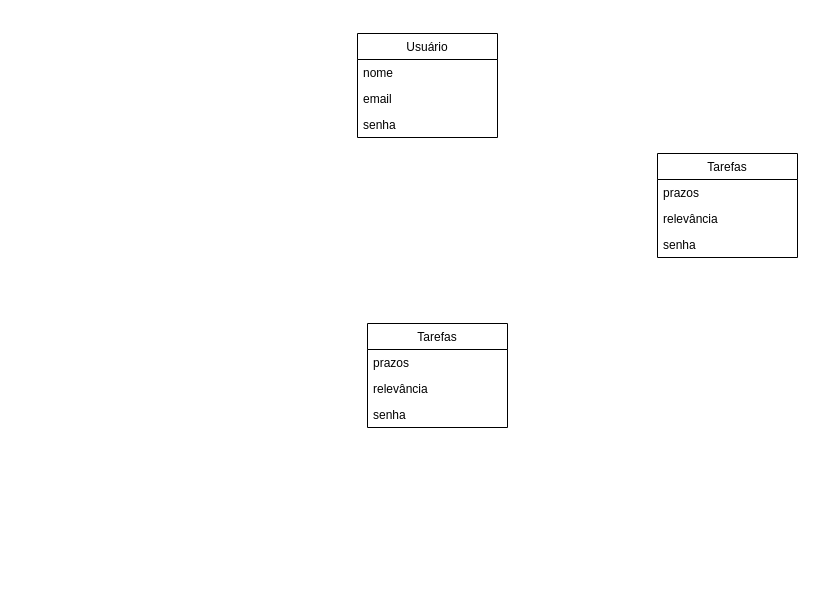
Above: Requisitos/Untitled Diagram.drawio in videfernandes/DS-ES-2020-2-Asa (draw.io), before the change. Source tidied: cells renumbered, new cells numbered last; positions are measured from the earlier drawing's top-left corner, leaving out a move shared by most shapes. Both pictures are drawn from the tidied source at 100%, with x=0, y=0 at pixel (357, 33).
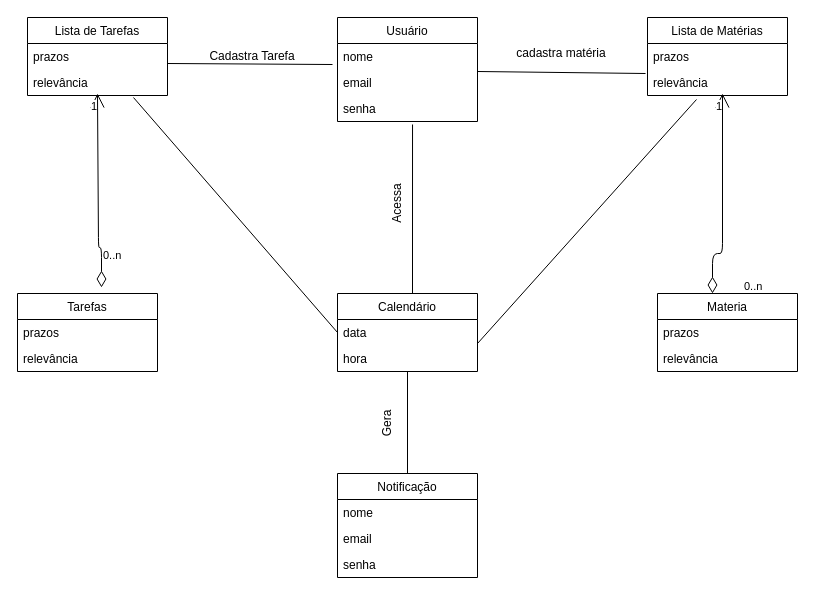
The same page after the edit.

The change refers to these unchanged cells:
```xml
<mxCell id="4" value="email" style="text;strokeColor=none;fillColor=none;align=left;verticalAlign=top;spacingLeft=4;spacingRight=4;overflow=hidden;points=[[0,0.5],[1,0.5]];portConstraint=eastwest;" parent="2" vertex="1">
  <mxGeometry y="52" width="140" height="26" as="geometry" />
</mxCell>
<mxCell id="5" value="senha" style="text;strokeColor=none;fillColor=none;align=left;verticalAlign=top;spacingLeft=4;spacingRight=4;overflow=hidden;points=[[0,0.5],[1,0.5]];portConstraint=eastwest;" parent="2" vertex="1">
  <mxGeometry y="78" width="140" height="26" as="geometry" />
</mxCell>
```

Diff of the diagram source:
```diff
@@
     <mxCell id="2" value="Usuário" style="swimlane;fontStyle=0;horizontal=1;startSize=26;fillColor=none;" parent="1" vertex="1">
-      <mxGeometry width="140" height="104" as="geometry" />
+      <mxGeometry x="-20" y="-16" width="140" height="104" as="geometry" />
     </mxCell>
@@
+    <mxCell id="10" value="Tarefas" style="swimlane;fontStyle=0;horizontal=1;startSize=26;fillColor=none;" parent="1" vertex="1">
+      <mxGeometry x="-340" y="260" width="140" height="78" as="geometry" />
+    </mxCell>
+    <mxCell id="11" value="prazos" style="text;strokeColor=none;fillColor=none;align=left;verticalAlign=top;spacingLeft=4;spacingRight=4;overflow=hidden;" parent="10" vertex="1">
+      <mxGeometry y="26" width="140" height="26" as="geometry" />
+    </mxCell>
+    <mxCell id="12" value="relevância" style="text;strokeColor=none;fillColor=none;align=left;verticalAlign=top;spacingLeft=4;spacingRight=4;overflow=hidden;" parent="10" vertex="1">
+      <mxGeometry y="52" width="140" height="26" as="geometry" />
+    </mxCell>
+    <mxCell id="14" value="Calendário" style="swimlane;fontStyle=0;horizontal=1;startSize=26;fillColor=none;" parent="1" vertex="1">
+      <mxGeometry x="-20" y="260" width="140" height="78" as="geometry" />
+    </mxCell>
+    <mxCell id="15" value="data" style="text;strokeColor=none;fillColor=none;align=left;verticalAlign=top;spacingLeft=4;spacingRight=4;overflow=hidden;points=[[0,0.5],[1,0.5]];portConstraint=eastwest;" parent="14" vertex="1">
+      <mxGeometry y="26" width="140" height="26" as="geometry" />
+    </mxCell>
+    <mxCell id="16" value="hora" style="text;strokeColor=none;fillColor=none;align=left;verticalAlign=top;spacingLeft=4;spacingRight=4;overflow=hidden;" parent="14" vertex="1">
+      <mxGeometry y="52" width="140" height="26" as="geometry" />
+    </mxCell>
+    <mxCell id="17" value="Lista de Matérias" style="swimlane;fontStyle=0;horizontal=1;startSize=26;fillColor=none;" parent="1" vertex="1">
+      <mxGeometry x="290" y="-16" width="140" height="78" as="geometry" />
+    </mxCell>
+    <mxCell id="18" value="prazos" style="text;strokeColor=none;fillColor=none;align=left;verticalAlign=top;spacingLeft=4;spacingRight=4;overflow=hidden;" parent="17" vertex="1">
+      <mxGeometry y="26" width="140" height="26" as="geometry" />
+    </mxCell>
+    <mxCell id="19" value="relevância" style="text;strokeColor=none;fillColor=none;align=left;verticalAlign=top;spacingLeft=4;spacingRight=4;overflow=hidden;points=[[0,0.5],[1,0.5]];portConstraint=eastwest;" parent="17" vertex="1">
+      <mxGeometry y="52" width="140" height="26" as="geometry" />
+    </mxCell>
+    <mxCell id="20" value="Lista de Tarefas" style="swimlane;fontStyle=0;horizontal=1;startSize=26;fillColor=none;" parent="1" vertex="1">
+      <mxGeometry x="-330" y="-16" width="140" height="78" as="geometry" />
+    </mxCell>
+    <mxCell id="21" value="prazos" style="text;strokeColor=none;fillColor=none;align=left;verticalAlign=top;spacingLeft=4;spacingRight=4;overflow=hidden;" parent="20" vertex="1">
+      <mxGeometry y="26" width="140" height="26" as="geometry" />
+    </mxCell>
+    <mxCell id="22" value="relevância" style="text;strokeColor=none;fillColor=none;align=left;verticalAlign=top;spacingLeft=4;spacingRight=4;overflow=hidden;points=[[0,0.5],[1,0.5]];portConstraint=eastwest;" parent="20" vertex="1">
+      <mxGeometry y="52" width="140" height="26" as="geometry" />
+    </mxCell>
+    <mxCell id="23" value="Notificação" style="swimlane;fontStyle=0;horizontal=1;startSize=26;fillColor=none;" parent="1" vertex="1">
+      <mxGeometry x="-20" y="440" width="140" height="104" as="geometry" />
+    </mxCell>
+    <mxCell id="24" value="nome" style="text;strokeColor=none;fillColor=none;align=left;verticalAlign=top;spacingLeft=4;spacingRight=4;overflow=hidden;" parent="23" vertex="1">
+      <mxGeometry y="26" width="140" height="26" as="geometry" />
+    </mxCell>
+    <mxCell id="25" value="email" style="text;strokeColor=none;fillColor=none;align=left;verticalAlign=top;spacingLeft=4;spacingRight=4;overflow=hidden;" parent="23" vertex="1">
+      <mxGeometry y="52" width="140" height="26" as="geometry" />
+    </mxCell>
+    <mxCell id="26" value="senha" style="text;strokeColor=none;fillColor=none;align=left;verticalAlign=top;spacingLeft=4;spacingRight=4;overflow=hidden;" parent="23" vertex="1">
+      <mxGeometry y="78" width="140" height="26" as="geometry" />
+    </mxCell>
+    <mxCell id="27" style="endArrow=none;html=1;entryX=0.35;entryY=1.154;entryDx=0;entryDy=0;entryPerimeter=0;" parent="1" edge="1" target="19">
+      <mxGeometry relative="1" as="geometry">
+        <mxPoint x="120" y="310" as="sourcePoint" />
+      </mxGeometry>
+    </mxCell>
+    <mxCell id="28" style="endArrow=none;html=1;entryX=0.536;entryY=1.115;entryDx=0;entryDy=0;entryPerimeter=0;" parent="1" edge="1" target="5">
+      <mxGeometry relative="1" as="geometry">
+        <mxPoint x="55" y="260" as="sourcePoint" />
+      </mxGeometry>
+    </mxCell>
+    <mxCell id="29" style="endArrow=none;html=1;exitX=0;exitY=0.5;exitDx=0;exitDy=0;entryX=0.757;entryY=1.077;entryDx=0;entryDy=0;entryPerimeter=0;" parent="1" edge="1" source="15" target="22">
+      <mxGeometry relative="1" as="geometry" />
+    </mxCell>
+    <mxCell id="30" style="endArrow=none;html=1;entryX=0.5;entryY=1;entryDx=0;entryDy=0;exitX=0.5;exitY=0;exitDx=0;exitDy=0;" parent="1" edge="1" source="23" target="14">
+      <mxGeometry relative="1" as="geometry" />
+    </mxCell>
+    <mxCell id="31" style="endArrow=open;html=1;endSize=12;startArrow=diamondThin;startSize=14;startFill=0;edgeStyle=orthogonalEdgeStyle;exitX=0.6;exitY=-0.077;exitDx=0;exitDy=0;exitPerimeter=0;" parent="1" edge="1" source="10">
+      <mxGeometry x="-0.32" y="51" relative="1" as="geometry">
+        <mxPoint x="-260" y="60" as="targetPoint" />
+        <Array as="points">
+          <mxPoint x="-256" y="214" />
+          <mxPoint x="-259" y="214" />
+        </Array>
+      </mxGeometry>
+    </mxCell>
+    <mxCell id="32" value="0..n" style="edgeLabel;html=1;align=left;verticalAlign=top;" parent="31" vertex="1">
+      <mxGeometry x="-1" relative="1" as="geometry">
+        <mxPoint y="-45" as="offset" />
+      </mxGeometry>
+    </mxCell>
+    <mxCell id="33" value="1" style="edgeLabel;html=1;align=right;verticalAlign=top;" parent="31" vertex="1">
+      <mxGeometry x="1" relative="1" as="geometry" />
+    </mxCell>
+    <mxCell id="34" style="endArrow=open;html=1;endSize=12;startArrow=diamondThin;startSize=14;startFill=0;edgeStyle=orthogonalEdgeStyle;" parent="1" edge="1">
+      <mxGeometry x="-0.38" y="50" relative="1" as="geometry">
+        <mxPoint x="355" y="260" as="sourcePoint" />
+        <mxPoint x="365" y="60" as="targetPoint" />
+        <Array as="points">
+          <mxPoint x="355" y="220" />
+          <mxPoint x="365" y="220" />
+        </Array>
+      </mxGeometry>
+    </mxCell>
+    <mxCell id="35" value="0..n" style="edgeLabel;html=1;align=left;verticalAlign=top;" parent="34" vertex="1">
+      <mxGeometry x="-1" relative="1" as="geometry">
+        <mxPoint x="30" y="-20" as="offset" />
+      </mxGeometry>
+    </mxCell>
+    <mxCell id="36" value="1" style="edgeLabel;html=1;align=right;verticalAlign=top;" parent="34" vertex="1">
+      <mxGeometry x="1" relative="1" as="geometry" />
+    </mxCell>
-    <mxCell id="6" value="Tarefas" style="swimlane;fontStyle=0;horizontal=1;startSize=26;fillColor=none;" parent="1" vertex="1">
-      <mxGeometry x="300" y="120" width="140" height="104" as="geometry" />
+    <mxCell id="6" value="Materia" style="swimlane;fontStyle=0;horizontal=1;startSize=26;fillColor=none;" parent="1" vertex="1">
+      <mxGeometry x="300" y="260" width="140" height="78" as="geometry" />
     </mxCell>
@@
-    <mxCell id="9" value="senha" style="text;strokeColor=none;fillColor=none;align=left;verticalAlign=top;spacingLeft=4;spacingRight=4;overflow=hidden;" parent="6" vertex="1">
-      <mxGeometry y="78" width="140" height="26" as="geometry" />
-    </mxCell>
-    <mxCell id="10" value="Tarefas" style="swimlane;fontStyle=0;horizontal=1;startSize=26;fillColor=none;" parent="1" vertex="1">
-      <mxGeometry x="10" y="290" width="140" height="104" as="geometry" />
-    </mxCell>
-    <mxCell id="11" value="prazos" style="text;strokeColor=none;fillColor=none;align=left;verticalAlign=top;spacingLeft=4;spacingRight=4;overflow=hidden;" parent="10" vertex="1">
-      <mxGeometry y="26" width="140" height="26" as="geometry" />
-    </mxCell>
-    <mxCell id="12" value="relevância" style="text;strokeColor=none;fillColor=none;align=left;verticalAlign=top;spacingLeft=4;spacingRight=4;overflow=hidden;" parent="10" vertex="1">
-      <mxGeometry y="52" width="140" height="26" as="geometry" />
-    </mxCell>
-    <mxCell id="13" value="senha" style="text;strokeColor=none;fillColor=none;align=left;verticalAlign=top;spacingLeft=4;spacingRight=4;overflow=hidden;" parent="10" vertex="1">
-      <mxGeometry y="78" width="140" height="26" as="geometry" />
-    </mxCell>
+    <mxCell id="37" style="endArrow=none;html=1;exitX=1;exitY=0.077;exitDx=0;exitDy=0;exitPerimeter=0;entryX=-0.014;entryY=0.154;entryDx=0;entryDy=0;entryPerimeter=0;" parent="1" edge="1" source="4" target="19">
+      <mxGeometry relative="1" as="geometry" />
+    </mxCell>
+    <mxCell id="38" style="endArrow=none;html=1;exitX=1;exitY=0.5;exitDx=0;exitDy=0;" parent="1" edge="1">
+      <mxGeometry relative="1" as="geometry">
+        <mxPoint x="-190" y="30" as="sourcePoint" />
+        <mxPoint x="-25" y="31" as="targetPoint" />
+      </mxGeometry>
+    </mxCell>
+    <mxCell id="39" value="Gera" style="text;html=1;strokeColor=none;fillColor=none;align=center;verticalAlign=middle;whiteSpace=wrap;rounded=0;rotation=-90;" parent="1" vertex="1">
+      <mxGeometry x="10" y="380" width="40" height="20" as="geometry" />
+    </mxCell>
+    <mxCell id="40" value="Acessa" style="text;html=1;strokeColor=none;fillColor=none;align=center;verticalAlign=middle;whiteSpace=wrap;rounded=0;rotation=-90;" parent="1" vertex="1">
+      <mxGeometry x="20" y="160" width="40" height="20" as="geometry" />
+    </mxCell>
+    <mxCell id="41" value="cadastra matéria" style="text;html=1;strokeColor=none;fillColor=none;align=center;verticalAlign=middle;whiteSpace=wrap;rounded=0;" parent="1" vertex="1">
+      <mxGeometry x="153.5" y="10" width="100" height="20" as="geometry" />
+    </mxCell>
+    <mxCell id="42" value="Cadastra Tarefa" style="text;html=1;strokeColor=none;fillColor=none;align=center;verticalAlign=middle;whiteSpace=wrap;rounded=0;" parent="1" vertex="1">
+      <mxGeometry x="-160" y="13" width="110" height="20" as="geometry" />
+    </mxCell>
```
